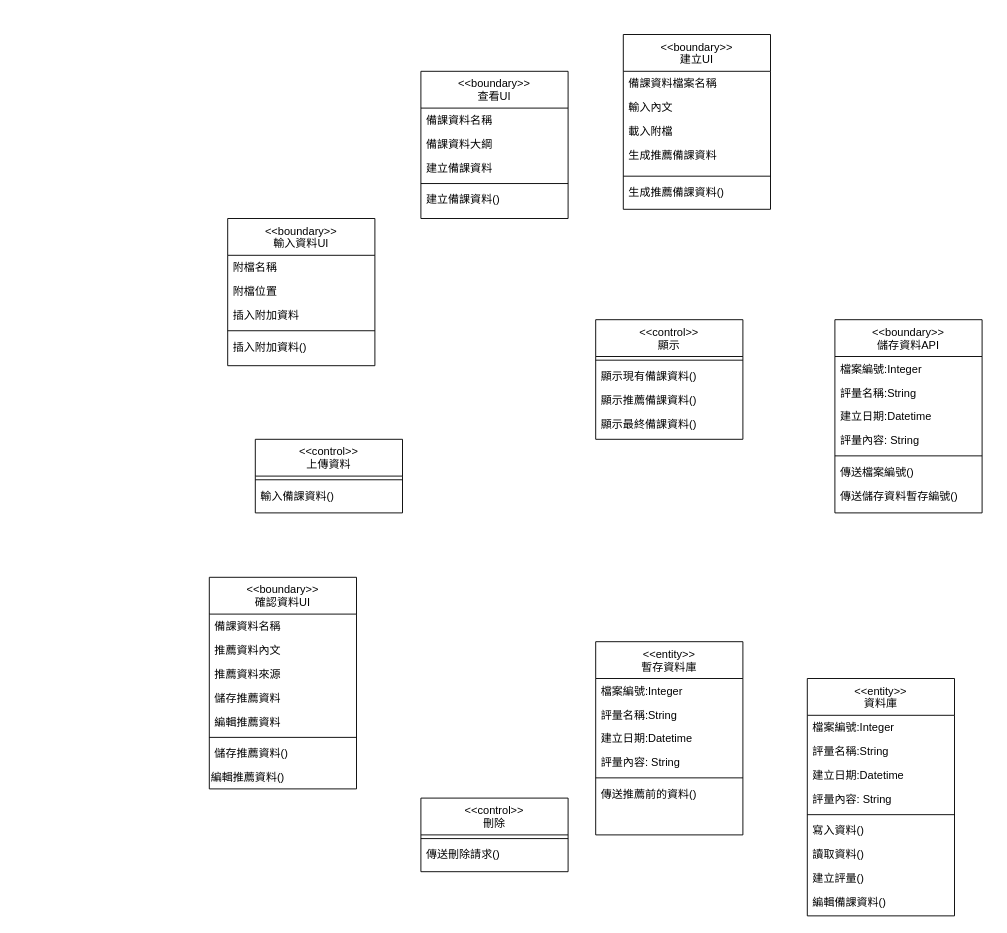
Above: 類別圖(建立備課資料)修改.drawio in Kevincheng0804/System-analysis (draw.io), before the change. Source tidied: cells renumbered, new cells numbered last; positions are measured from the earlier drawing's top-left corner, leaving out a move shared by most shapes. Both pictures are drawn from the tidied source at 92%, with x=0, y=0 at pixel (209, 34).
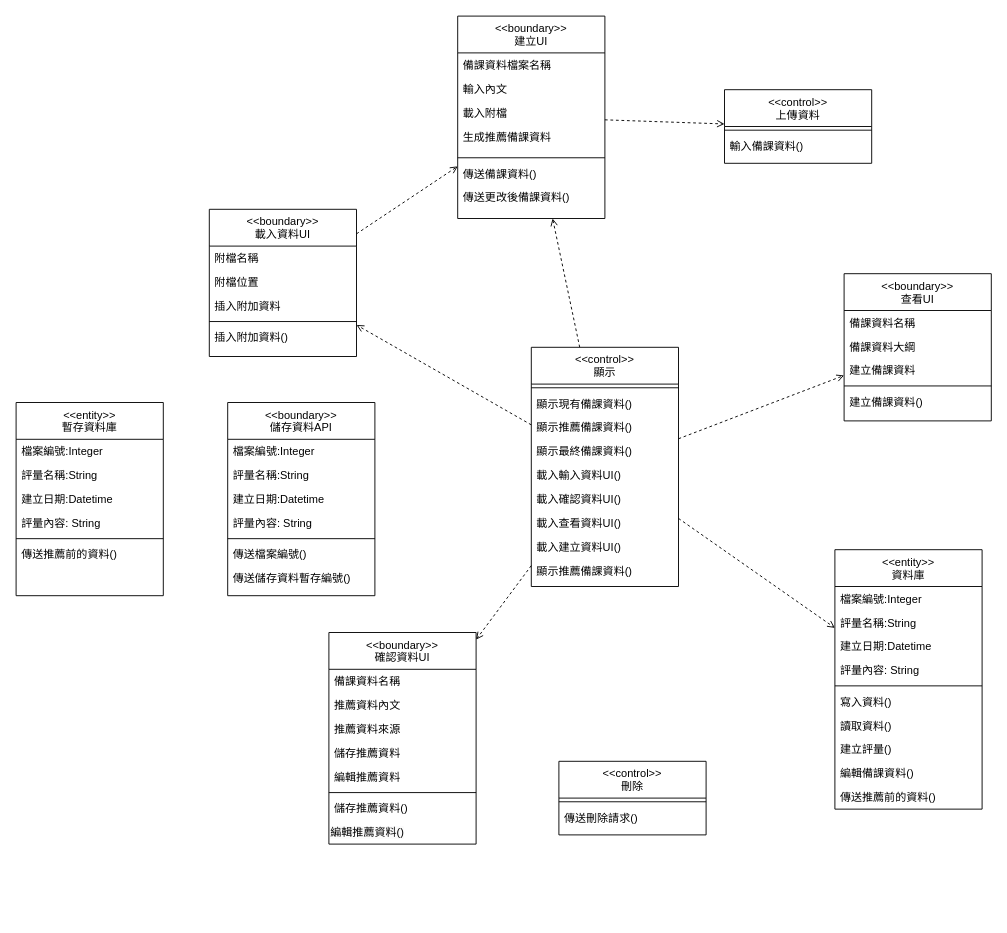
Above is the later version.

What changed in the source:
```diff
@@
     <mxCell id="2" value="&lt;&lt;boundary&gt;&gt;&#10;查看UI" style="swimlane;fontStyle=0;align=center;verticalAlign=top;horizontal=1;startSize=40;rounded=0;shadow=0;strokeWidth=1;" parent="1" vertex="1">
-      <mxGeometry x="230" y="40" width="160" height="160" as="geometry" />
+      <mxGeometry x="690" y="260" width="160" height="160" as="geometry" />
     </mxCell>
@@
+    <mxCell id="66" style="edgeStyle=none;html=1;dashed=1;endArrow=open;endFill=0;" parent="1" edge="1" source="8" target="14">
+      <mxGeometry relative="1" as="geometry" />
+    </mxCell>
-    <mxCell id="8" value="&lt;&lt;boundary&gt;&gt;&#10;輸入資料UI" style="swimlane;fontStyle=0;align=center;verticalAlign=top;horizontal=1;startSize=40;rounded=0;shadow=0;strokeWidth=1;" parent="1" vertex="1">
-      <mxGeometry x="20" y="200" width="160" height="160" as="geometry" />
+    <mxCell id="8" value="&lt;&lt;boundary&gt;&gt;&#10;載入資料UI" style="swimlane;fontStyle=0;align=center;verticalAlign=top;horizontal=1;startSize=40;rounded=0;shadow=0;strokeWidth=1;" parent="1" vertex="1">
+      <mxGeometry y="190" width="160" height="160" as="geometry" />
     </mxCell>
@@
+    <mxCell id="67" style="edgeStyle=none;html=1;dashed=1;endArrow=open;endFill=0;" parent="1" edge="1" source="14" target="41">
+      <mxGeometry relative="1" as="geometry" />
+    </mxCell>
     <mxCell id="14" value="&lt;&lt;boundary&gt;&gt;&#10;建立UI" style="swimlane;fontStyle=0;align=center;verticalAlign=top;horizontal=1;startSize=40;rounded=0;shadow=0;strokeWidth=1;" parent="1" vertex="1">
-      <mxGeometry x="450" width="160" height="190" as="geometry" />
+      <mxGeometry x="270" y="-20" width="160" height="220" as="geometry" />
     </mxCell>
@@
-    <mxCell id="20" value="生成推薦備課資料()" style="text;align=left;verticalAlign=top;spacingLeft=4;spacingRight=4;overflow=hidden;" parent="14" vertex="1">
+    <mxCell id="20" value="傳送備課資料()" style="text;align=left;verticalAlign=top;spacingLeft=4;spacingRight=4;overflow=hidden;" parent="14" vertex="1">
       <mxGeometry y="158" width="160" height="26" as="geometry" />
     </mxCell>
+    <mxCell id="68" value="傳送更改後備課資料()" style="text;align=left;verticalAlign=top;spacingLeft=4;spacingRight=4;overflow=hidden;" parent="14" vertex="1">
+      <mxGeometry y="184" width="160" height="26" as="geometry" />
+    </mxCell>
     <mxCell id="21" value="&lt;&lt;boundary&gt;&gt;&#10;確認資料UI" style="swimlane;fontStyle=0;align=center;verticalAlign=top;horizontal=1;startSize=40;rounded=0;shadow=0;strokeWidth=1;" parent="1" vertex="1">
-      <mxGeometry y="590" width="160" height="230" as="geometry" />
+      <mxGeometry x="130" y="650" width="160" height="230" as="geometry" />
     </mxCell>
@@
     <mxCell id="30" value="&lt;&lt;boundary&gt;&gt;&#10;儲存資料API" style="swimlane;fontStyle=0;align=center;verticalAlign=top;horizontal=1;startSize=40;rounded=0;shadow=0;strokeWidth=1;" parent="1" vertex="1">
-      <mxGeometry x="680" y="310" width="160" height="210" as="geometry" />
+      <mxGeometry x="20" y="400" width="160" height="210" as="geometry" />
     </mxCell>
@@
     <mxCell id="38" value="&lt;&lt;control&gt;&gt;&#10;刪除" style="swimlane;fontStyle=0;align=center;verticalAlign=top;horizontal=1;startSize=40;rounded=0;shadow=0;strokeWidth=1;" parent="1" vertex="1">
-      <mxGeometry x="230" y="830" width="160" height="80" as="geometry" />
+      <mxGeometry x="380" y="790" width="160" height="80" as="geometry" />
     </mxCell>
@@
     <mxCell id="41" value="&lt;&lt;control&gt;&gt;&#10;上傳資料" style="swimlane;fontStyle=0;align=center;verticalAlign=top;horizontal=1;startSize=40;rounded=0;shadow=0;strokeWidth=1;" parent="1" vertex="1">
-      <mxGeometry x="50" y="440" width="160" height="80" as="geometry" />
+      <mxGeometry x="560" y="60" width="160" height="80" as="geometry" />
     </mxCell>
@@
+    <mxCell id="69" style="edgeStyle=none;html=1;endArrow=open;endFill=0;dashed=1;" parent="1" edge="1" source="44" target="56">
+      <mxGeometry relative="1" as="geometry" />
+    </mxCell>
+    <mxCell id="70" style="edgeStyle=none;html=1;dashed=1;endArrow=open;endFill=0;" parent="1" edge="1" source="44" target="21">
+      <mxGeometry relative="1" as="geometry" />
+    </mxCell>
+    <mxCell id="71" style="edgeStyle=none;html=1;dashed=1;endArrow=open;endFill=0;" parent="1" edge="1" source="44" target="2">
+      <mxGeometry relative="1" as="geometry" />
+    </mxCell>
+    <mxCell id="72" style="edgeStyle=none;html=1;dashed=1;endArrow=open;endFill=0;" parent="1" edge="1" source="44" target="14">
+      <mxGeometry relative="1" as="geometry" />
+    </mxCell>
+    <mxCell id="73" style="edgeStyle=none;html=1;dashed=1;endArrow=open;endFill=0;" parent="1" edge="1" source="44" target="8">
+      <mxGeometry relative="1" as="geometry" />
+    </mxCell>
     <mxCell id="44" value="&lt;&lt;control&gt;&gt;&#10;顯示" style="swimlane;fontStyle=0;align=center;verticalAlign=top;horizontal=1;startSize=40;rounded=0;shadow=0;strokeWidth=1;" parent="1" vertex="1">
-      <mxGeometry x="420" y="310" width="160" height="130" as="geometry" />
+      <mxGeometry x="350" y="340" width="160" height="260" as="geometry" />
     </mxCell>
@@
+    <mxCell id="74" value="載入輸入資料UI()" style="text;align=left;verticalAlign=top;spacingLeft=4;spacingRight=4;overflow=hidden;" parent="44" vertex="1">
+      <mxGeometry y="126" width="160" height="26" as="geometry" />
+    </mxCell>
+    <mxCell id="75" value="載入確認資料UI()" style="text;align=left;verticalAlign=top;spacingLeft=4;spacingRight=4;overflow=hidden;" parent="44" vertex="1">
+      <mxGeometry y="152" width="160" height="26" as="geometry" />
+    </mxCell>
+    <mxCell id="76" value="載入查看資料UI()" style="text;align=left;verticalAlign=top;spacingLeft=4;spacingRight=4;overflow=hidden;" parent="44" vertex="1">
+      <mxGeometry y="178" width="160" height="26" as="geometry" />
+    </mxCell>
+    <mxCell id="77" value="載入建立資料UI()" style="text;align=left;verticalAlign=top;spacingLeft=4;spacingRight=4;overflow=hidden;" parent="44" vertex="1">
+      <mxGeometry y="204" width="160" height="26" as="geometry" />
+    </mxCell>
+    <mxCell id="78" value="顯示推薦備課資料()" style="text;align=left;verticalAlign=top;spacingLeft=4;spacingRight=4;overflow=hidden;" parent="44" vertex="1">
+      <mxGeometry y="230" width="160" height="26" as="geometry" />
+    </mxCell>
     <mxCell id="49" value="&lt;&lt;entity&gt;&gt;&#10;暫存資料庫" style="swimlane;fontStyle=0;align=center;verticalAlign=top;horizontal=1;startSize=40;rounded=0;shadow=0;strokeWidth=1;" parent="1" vertex="1">
-      <mxGeometry x="420" y="660" width="160" height="210" as="geometry" />
+      <mxGeometry x="-210" y="400" width="160" height="210" as="geometry" />
     </mxCell>
@@
     <mxCell id="56" value="&lt;&lt;entity&gt;&gt;&#10;資料庫" style="swimlane;fontStyle=0;align=center;verticalAlign=top;horizontal=1;startSize=40;rounded=0;shadow=0;strokeWidth=1;" parent="1" vertex="1">
-      <mxGeometry x="650" y="700" width="160" height="258" as="geometry" />
+      <mxGeometry x="680" y="560" width="160" height="282" as="geometry" />
     </mxCell>
@@
+    <mxCell id="79" value="傳送推薦前的資料()" style="text;align=left;verticalAlign=top;spacingLeft=4;spacingRight=4;overflow=hidden;" parent="56" vertex="1">
+      <mxGeometry y="256" width="160" height="26" as="geometry" />
+    </mxCell>
```
